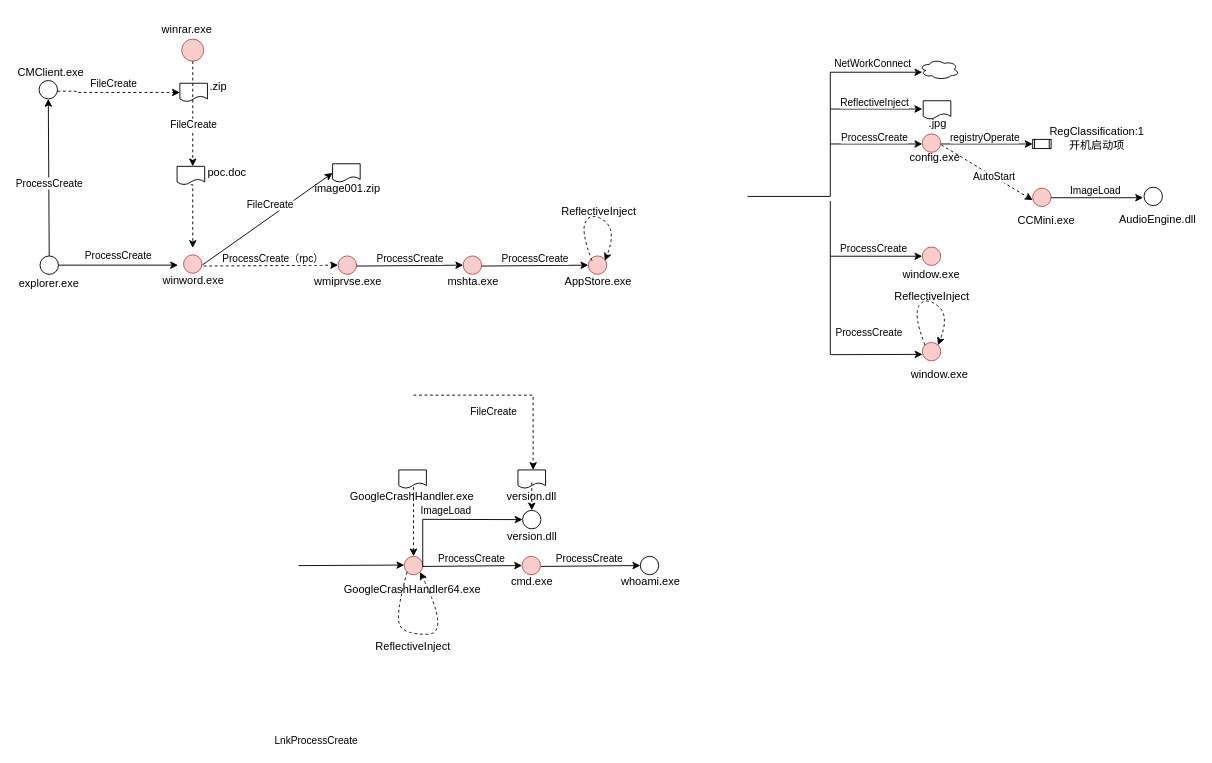
Above: apt-oceanlotus.drawio in ernongxizhu/picture (draw.io), before the change. Source tidied: cells renumbered, new cells numbered last; positions are measured from the earlier drawing's top-left corner, leaving out a move shared by most shapes. Both pictures are drawn from the tidied source at 92%, with x=0, y=0 at pixel (21, 16).
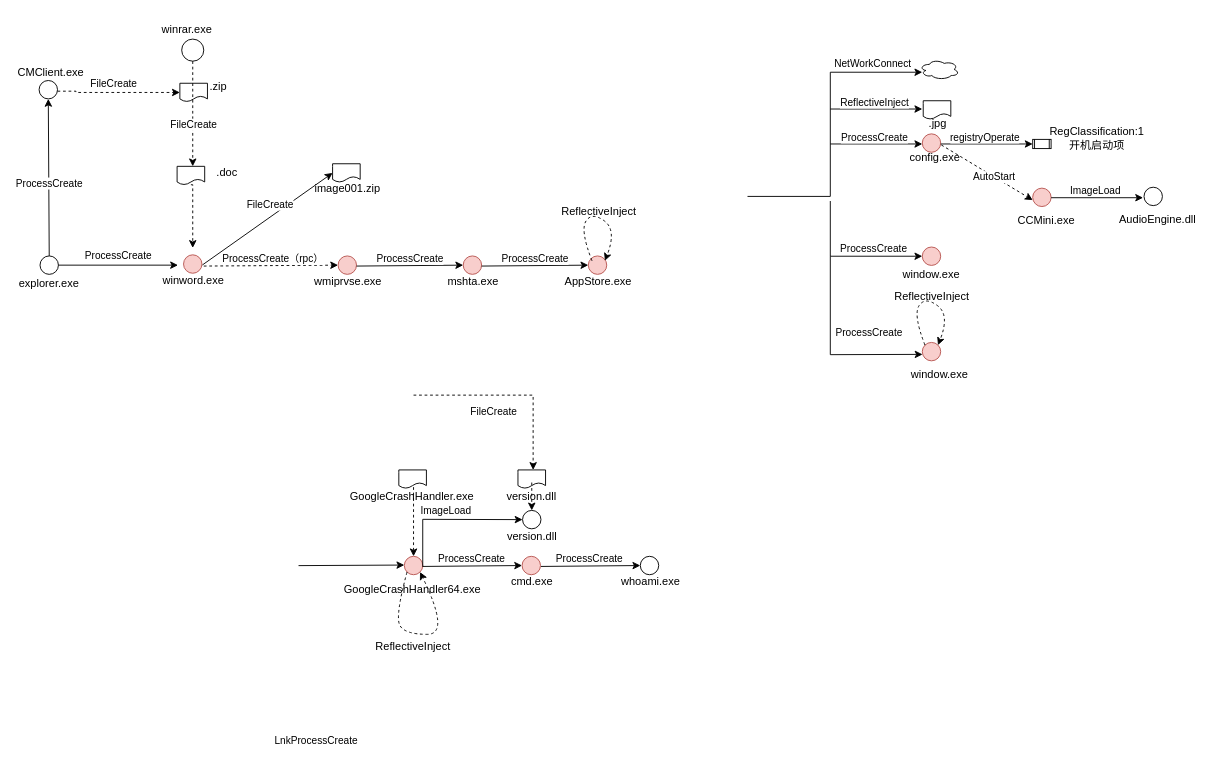
The same diagram, later.

Change to the diagram source:
```diff
@@
-    <mxCell id="19" style="ellipse;whiteSpace=wrap;html=1;fillColor=#f8cecc;strokeColor=#b85450;" parent="1" vertex="1">
+    <mxCell id="19" style="ellipse;whiteSpace=wrap;html=1;" parent="1" vertex="1">
       <mxGeometry x="174" y="25" width="24" height="24" as="geometry" />
     </mxCell>
@@
-    <mxCell id="79" value="poc.doc" style="text;strokeColor=none;align=center;fillColor=none;html=1;verticalAlign=middle;whiteSpace=wrap;rounded=0;" parent="1" vertex="1">
+    <mxCell id="79" value=".doc" style="text;strokeColor=none;align=center;fillColor=none;html=1;verticalAlign=middle;whiteSpace=wrap;rounded=0;" parent="1" vertex="1">
       <mxGeometry x="191" y="157.3" width="65" height="26" as="geometry" />
     </mxCell>
```
